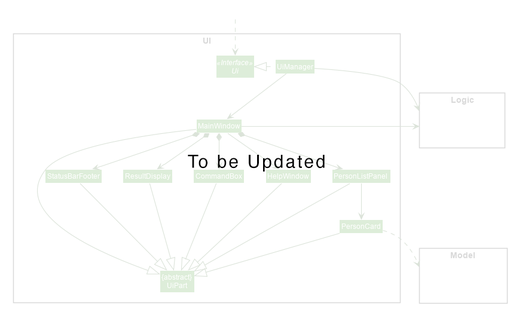
This is docs/images/UiClassDiagram.png from thutahw/tp, a PlantUML export, as it was before one commit. Its source is kept beside it as docs/diagrams/UiClassDiagram.puml. Source of this version:
```plantuml
@startuml
!include style.puml
skinparam arrowThickness 1.1
skinparam arrowColor UI_COLOR_T4
skinparam classBackgroundColor UI_COLOR

package UI <<Rectangle>>{
Interface Ui <<Interface>>
Class "{abstract}\nUiPart" as UiPart
Class UiManager
Class MainWindow
Class HelpWindow
Class ResultDisplay
Class PatientListPanel
Class PatientCard
Class StatusBarFooter
Class CommandBox
}

package Model <<Rectangle>> {
Class HiddenModel #FFFFFF
}

package Logic <<Rectangle>> {
Class HiddenLogic #FFFFFF
}

Class HiddenOutside #FFFFFF
HiddenOutside ..> Ui

UiManager .left.|> Ui
UiManager -down-> MainWindow
MainWindow --> HelpWindow
MainWindow *-down-> CommandBox
MainWindow *-down-> ResultDisplay
MainWindow *-down-> PatientListPanel
MainWindow *-down-> StatusBarFooter

PatientListPanel -down-> PatientCard

MainWindow -left-|> UiPart

ResultDisplay --|> UiPart
CommandBox --|> UiPart
PatientListPanel --|> UiPart
PatientCard --|> UiPart
StatusBarFooter --|> UiPart
HelpWindow -down-|> UiPart

PatientCard ..> Model
UiManager -right-> Logic
MainWindow -left-> Logic

PatientListPanel -[hidden]left- HelpWindow
HelpWindow -[hidden]left- CommandBox
CommandBox -[hidden]left- ResultDisplay
ResultDisplay -[hidden]left- StatusBarFooter

MainWindow -[hidden]-|> UiPart
@enduml
```
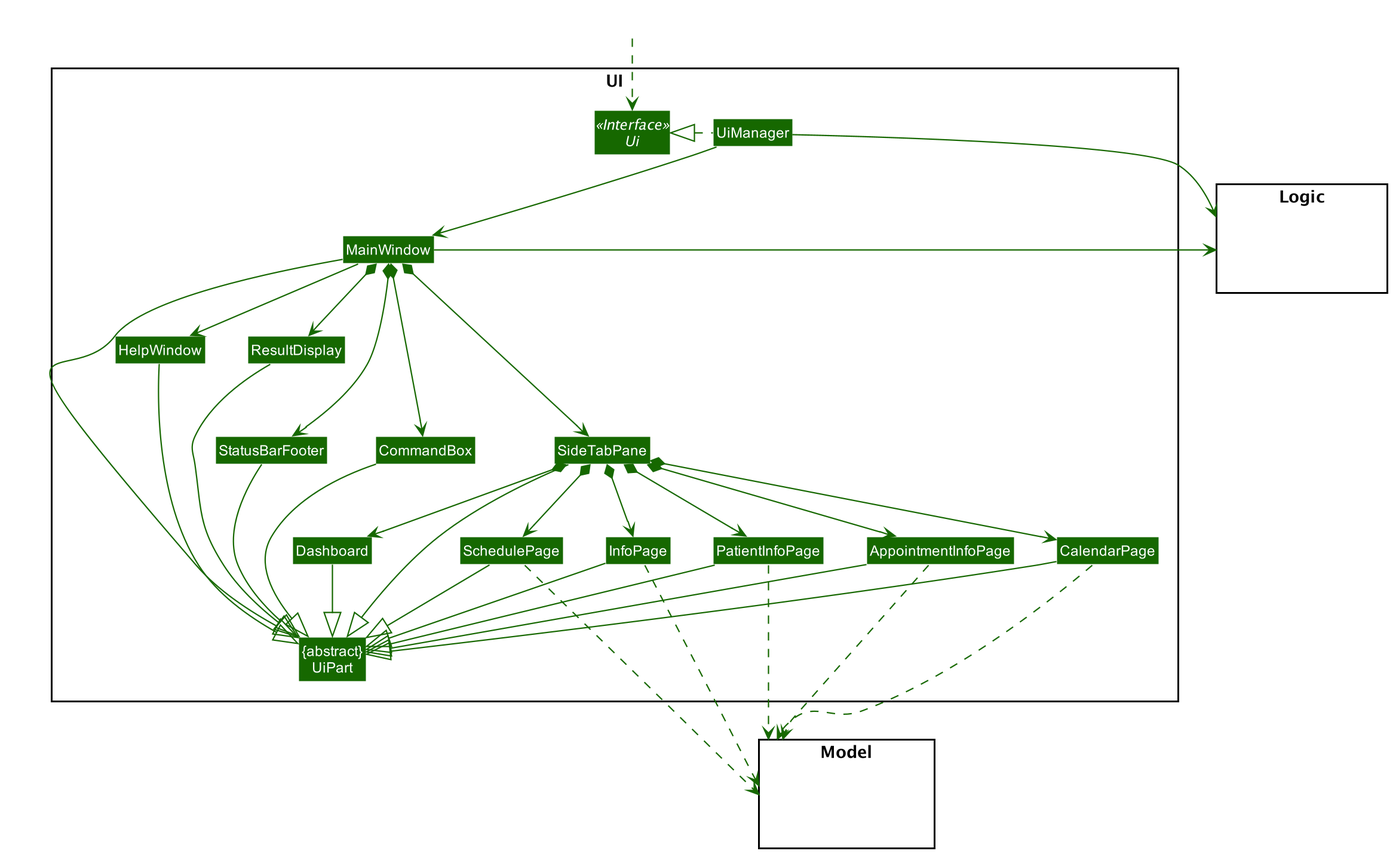
After the change.

Change to the diagram source:
```diff
@@ -4,17 +4,30 @@
 skinparam arrowColor UI_COLOR_T4
 skinparam classBackgroundColor UI_COLOR
 
-package UI <<Rectangle>>{
+skinparam Class {
+    BorderColor BACKGROUND_COLOR
+    FontColor BACKGROUND_COLOR
+    BackgroundColor UI_COLOR_T3
+    StereotypeFontColor BACKGROUND_COLOR
+}
+skinparam ArrowColor UI_COLOR_T3
+
+package UI <<Rectangle>> {
 Interface Ui <<Interface>>
 Class "{abstract}\nUiPart" as UiPart
 Class UiManager
 Class MainWindow
 Class HelpWindow
 Class ResultDisplay
-Class PatientListPanel
-Class PatientCard
 Class StatusBarFooter
 Class CommandBox
+Class SideTabPane
+Class PatientInfoPage
+Class AppointmentInfoPage
+Class CalendarPage
+Class SchedulePage
+Class Dashboard
+Class InfoPage
 }
 
 package Model <<Rectangle>> {
@@ -33,28 +46,38 @@
 MainWindow --> HelpWindow
 MainWindow *-down-> CommandBox
 MainWindow *-down-> ResultDisplay
-MainWindow *-down-> PatientListPanel
 MainWindow *-down-> StatusBarFooter
-
-PatientListPanel -down-> PatientCard
+MainWindow *-down--> SideTabPane
+SideTabPane *-down-> Dashboard
+SideTabPane *-down-> CalendarPage
+SideTabPane *-down-> SchedulePage
+SideTabPane *-down-> PatientInfoPage
+SideTabPane *-down-> AppointmentInfoPage
+SideTabPane *-down-> InfoPage
 
 MainWindow -left-|> UiPart
 
+SideTabPane --|> UiPart
 ResultDisplay --|> UiPart
 CommandBox --|> UiPart
-PatientListPanel --|> UiPart
-PatientCard --|> UiPart
 StatusBarFooter --|> UiPart
-HelpWindow -down-|> UiPart
+HelpWindow --|> UiPart
 
-PatientCard ..> Model
+Dashboard --|> UiPart
+CalendarPage --|> UiPart
+SchedulePage --|> UiPart
+PatientInfoPage --|> UiPart
+AppointmentInfoPage --|> UiPart
+InfoPage --|> UiPart
+
+PatientInfoPage ...> Model
+AppointmentInfoPage ...> Model
+CalendarPage ...> Model
+SchedulePage ...> Model
+InfoPage ...> Model
+
 UiManager -right-> Logic
 MainWindow -left-> Logic
 
-PatientListPanel -[hidden]left- HelpWindow
-HelpWindow -[hidden]left- CommandBox
-CommandBox -[hidden]left- ResultDisplay
-ResultDisplay -[hidden]left- StatusBarFooter
-
 MainWindow -[hidden]-|> UiPart
 @enduml
```
